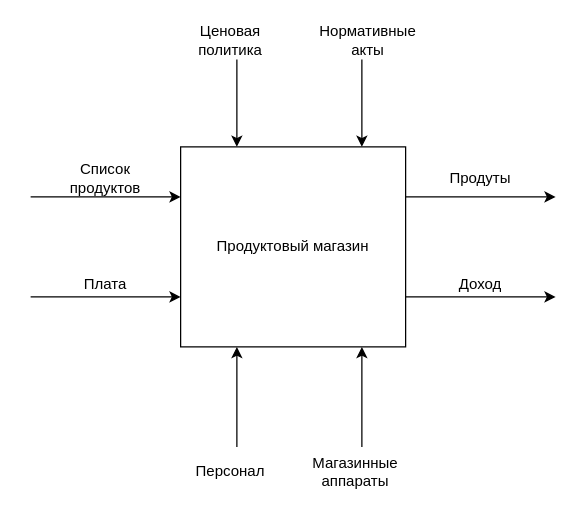
Above: Контекстная диаграмма Амрах Гумматов.drawio in DenchikKoz/Nothink (draw.io), before the change. Source tidied: cells renumbered, new cells numbered last; positions are measured from the earlier drawing's top-left corner, leaving out a move shared by most shapes. Both pictures are drawn from the tidied source at 125%, with x=0, y=0 at pixel (30, 21).
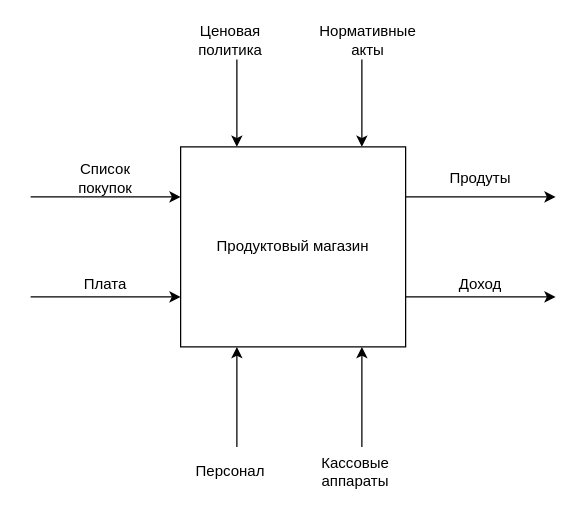
The same diagram, later.

The edit, as a diff of the source:
```diff
@@
-    <mxCell id="6" value="Список продуктов" style="text;html=1;strokeColor=none;fillColor=none;align=center;verticalAlign=middle;whiteSpace=wrap;rounded=0;" parent="1" vertex="1">
+    <mxCell id="6" value="Список покупок" style="text;html=1;strokeColor=none;fillColor=none;align=center;verticalAlign=middle;whiteSpace=wrap;rounded=0;" parent="1" vertex="1">
       <mxGeometry x="30" y="110" width="60" height="30" as="geometry" />
     </mxCell>
@@
-    <mxCell id="18" value="Магазинные аппараты" style="text;html=1;strokeColor=none;fillColor=none;align=center;verticalAlign=middle;whiteSpace=wrap;rounded=0;" parent="1" vertex="1">
+    <mxCell id="18" value="Кассовые аппараты" style="text;html=1;strokeColor=none;fillColor=none;align=center;verticalAlign=middle;whiteSpace=wrap;rounded=0;" parent="1" vertex="1">
       <mxGeometry x="230" y="345" width="60" height="30" as="geometry" />
     </mxCell>
```
